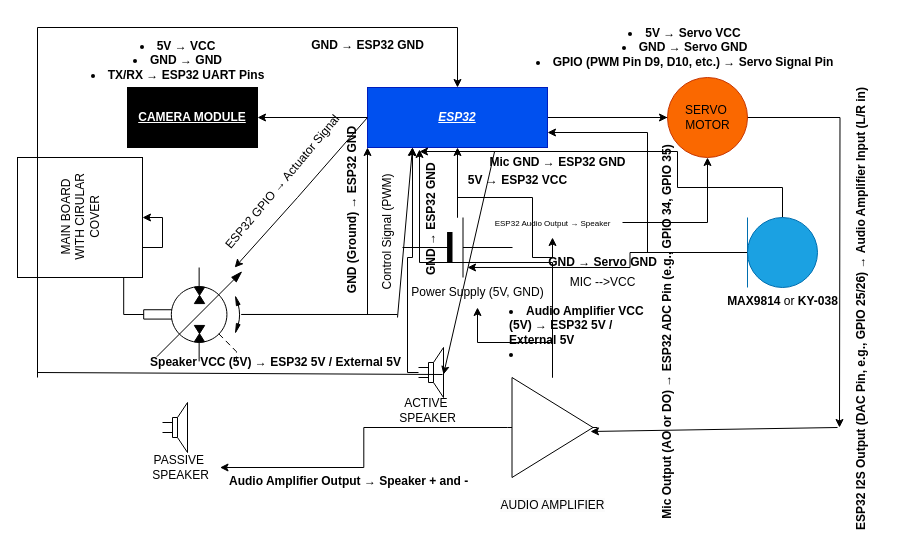
This is ROUGHCIRCUITDIAGRAM.drawio from CreatorDiv1312/Strawberry, a draw.io file, before an edit. Source tidied: cells renumbered, new cells numbered last; positions are measured from the earlier drawing's top-left corner, leaving out a move shared by most shapes. Both pictures are drawn from the tidied source at 100%, with x=0, y=0 at pixel (19, 17).
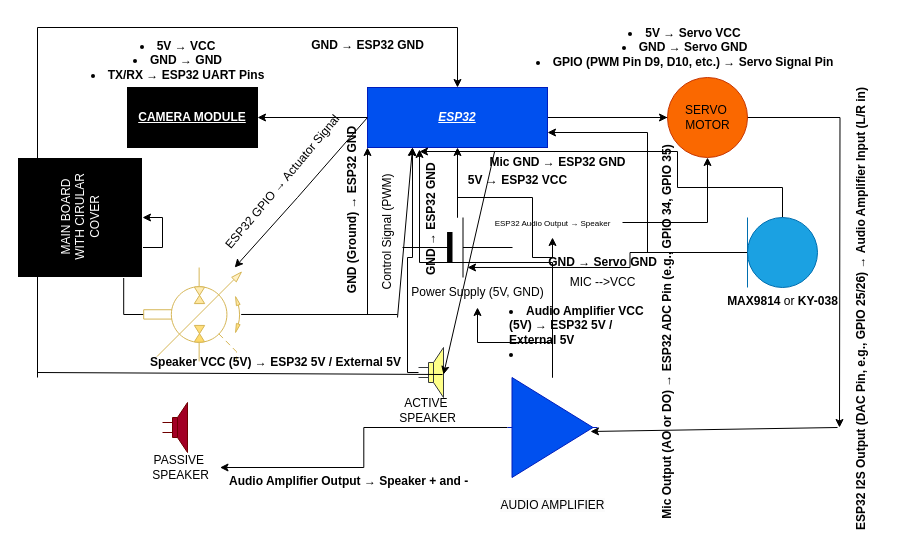
The same page after the edit.

The edit, as a diff of the source:
```diff
@@
-    <mxCell id="18" style="verticalLabelPosition=bottom;html=1;verticalAlign=top;fillColor=strokeColor;align=center;outlineConnect=0;shape=mxgraph.fluid_power.x11250;points=[[0.567,0,0],[0.567,1,0],[0.95,1,0]];" parent="1" vertex="1">
+    <mxCell id="18" style="verticalLabelPosition=bottom;html=1;verticalAlign=top;fillColor=#fff2cc;align=center;outlineConnect=0;shape=mxgraph.fluid_power.x11250;points=[[0.567,0,0],[0.567,1,0],[0.95,1,0]];gradientColor=#ffd966;strokeColor=#d6b656;" parent="1" vertex="1">
       <mxGeometry x="124.2" y="250" width="97.7" height="93.9" as="geometry" />
     </mxCell>
-    <mxCell id="19" value="MAIN BOARD&lt;div&gt;WITH CIRULAR COVER&lt;/div&gt;" style="rounded=0;whiteSpace=wrap;html=1;rotation=-90;" parent="1" vertex="1">
+    <mxCell id="19" value="MAIN BOARD&lt;div&gt;WITH CIRULAR COVER&lt;/div&gt;" style="rounded=0;whiteSpace=wrap;html=1;rotation=-90;strokeColor=#FFFFFF;fillColor=#000000;fontColor=#FFFFFF;" parent="1" vertex="1">
       <mxGeometry x="0.5" y="137.5" width="120" height="125" as="geometry" />
     </mxCell>
@@
-    <mxCell id="23" style="endArrow=none;html=1;rounded=0;" parent="1" edge="1" source="18">
+    <mxCell id="23" style="endArrow=none;html=1;rounded=0;strokeColor=#000000;" parent="1" edge="1" source="18">
       <mxGeometry relative="1" as="geometry">
         <mxPoint x="378" y="297" as="targetPoint" />
+        <Array as="points">
+          <mxPoint x="298" y="297" />
+        </Array>
       </mxGeometry>
     </mxCell>
@@
-    <mxCell id="33" style="verticalLabelPosition=bottom;shadow=0;dashed=0;align=center;html=1;verticalAlign=top;shape=mxgraph.electrical.electro-mechanical.loudspeaker;" parent="1" vertex="1">
+    <mxCell id="33" style="verticalLabelPosition=bottom;shadow=0;dashed=0;align=center;html=1;verticalAlign=top;shape=mxgraph.electrical.electro-mechanical.loudspeaker;fillColor=#a20025;fontColor=#ffffff;strokeColor=#6F0000;" parent="1" vertex="1">
       <mxGeometry x="143" y="385" width="25" height="50" as="geometry" />
     </mxCell>
@@
-    <mxCell id="37" value="&#10;&lt;span style=&quot;color: rgb(0, 0, 0); font-family: Helvetica; font-size: 12px; font-style: normal; font-variant-ligatures: normal; font-variant-caps: normal; font-weight: 400; letter-spacing: normal; orphans: 2; text-align: center; text-indent: 0px; text-transform: none; widows: 2; word-spacing: 0px; -webkit-text-stroke-width: 0px; white-space: nowrap; background-color: rgb(251, 251, 251); text-decoration-thickness: initial; text-decoration-style: initial; text-decoration-color: initial; display: inline !important; float: none;&quot;&gt;AUDIO AMPLIFIER&lt;/span&gt;&#10;&#10;" style="verticalLabelPosition=bottom;shadow=0;dashed=0;align=center;html=1;verticalAlign=top;shape=mxgraph.electrical.abstract.amplifier;" parent="1" vertex="1">
+    <mxCell id="37" value="&#10;&lt;span style=&quot;color: rgb(0, 0, 0); font-family: Helvetica; font-size: 12px; font-style: normal; font-variant-ligatures: normal; font-variant-caps: normal; font-weight: 400; letter-spacing: normal; orphans: 2; text-align: center; text-indent: 0px; text-transform: none; widows: 2; word-spacing: 0px; -webkit-text-stroke-width: 0px; white-space: nowrap; background-color: rgb(251, 251, 251); text-decoration-thickness: initial; text-decoration-style: initial; text-decoration-color: initial; display: inline !important; float: none;&quot;&gt;AUDIO AMPLIFIER&lt;/span&gt;&#10;&#10;" style="verticalLabelPosition=bottom;shadow=0;dashed=0;align=center;html=1;verticalAlign=top;shape=mxgraph.electrical.abstract.amplifier;fillColor=#0050ef;strokeColor=#001DBC;fontColor=#ffffff;" parent="1" vertex="1">
       <mxGeometry x="488" y="360" width="90" height="100" as="geometry" />
     </mxCell>
@@
-    <mxCell id="45" style="verticalLabelPosition=bottom;shadow=0;dashed=0;align=center;html=1;verticalAlign=top;shape=mxgraph.electrical.electro-mechanical.loudspeaker;" parent="1" vertex="1">
+    <mxCell id="45" style="verticalLabelPosition=bottom;shadow=0;dashed=0;align=center;html=1;verticalAlign=top;shape=mxgraph.electrical.electro-mechanical.loudspeaker;fillColor=#ffff88;strokeColor=#36393d;" parent="1" vertex="1">
       <mxGeometry x="399" y="330" width="25" height="50" as="geometry" />
     </mxCell>
```
